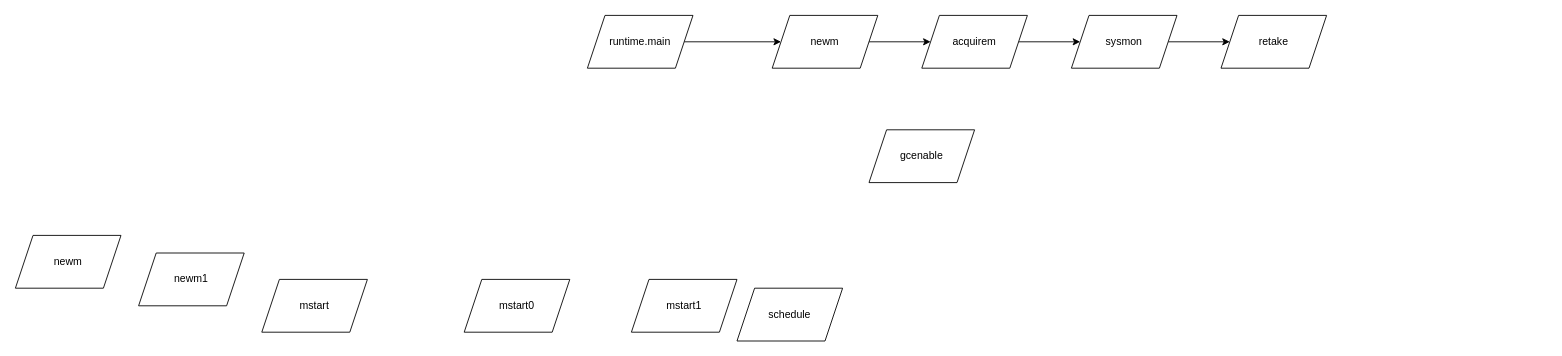
Earlier version of the draw.io diagram doc/调用流程.drawio (GingJan/go-explanation). Source tidied: cells renumbered, new cells numbered last; positions are measured from the earlier drawing's top-left corner, leaving out a move shared by most shapes. Both pictures are drawn from the tidied source at 88%, with x=0, y=0 at pixel (15, 15).
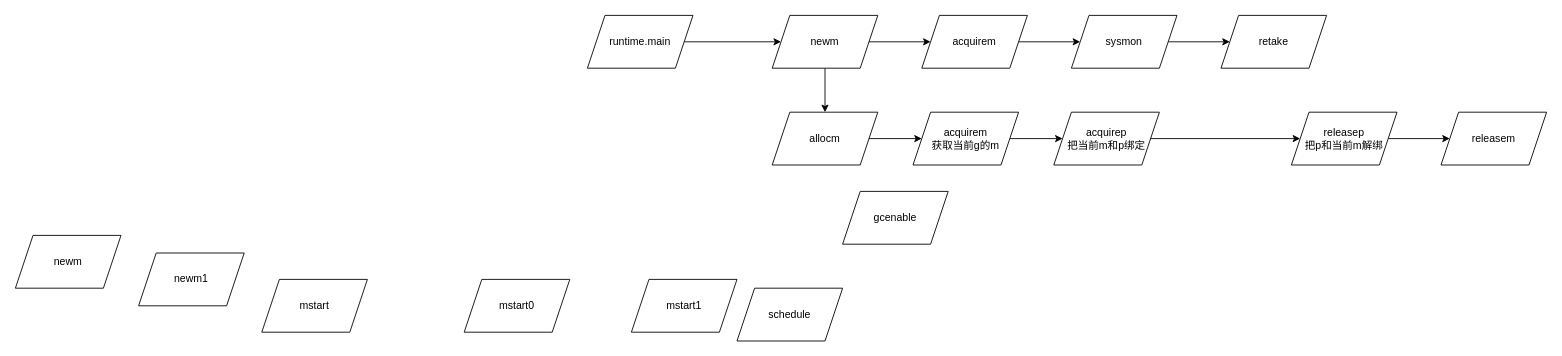
After the change.

Commit message (it also covers changes not shown here):
add chinese explain

The change refers to these unchanged cells:
```xml
<mxCell id="9" value="newm" style="shape=parallelogram;perimeter=parallelogramPerimeter;whiteSpace=wrap;html=1;fixedSize=1;" parent="1" vertex="1">
  <mxGeometry x="860" width="120" height="60" as="geometry" />
</mxCell>
```

Change to the diagram source:
```diff
@@
     <mxCell id="7" value="gcenable" style="shape=parallelogram;perimeter=parallelogramPerimeter;whiteSpace=wrap;html=1;fixedSize=1;" parent="1" vertex="1">
-      <mxGeometry x="970" y="130" width="120" height="60" as="geometry" />
+      <mxGeometry x="940" y="200" width="120" height="60" as="geometry" />
     </mxCell>
@@
+    <mxCell id="18" style="edgeStyle=orthogonalEdgeStyle;rounded=0;jettySize=auto;html=1;exitX=0.5;exitY=1;exitDx=0;exitDy=0;" parent="1" edge="1" source="9" target="20">
+      <mxGeometry relative="1" as="geometry" />
+    </mxCell>
@@
+    <mxCell id="19" style="edgeStyle=orthogonalEdgeStyle;rounded=0;jettySize=auto;html=1;exitX=1;exitY=0.5;exitDx=0;exitDy=0;" parent="1" edge="1" source="20" target="22">
+      <mxGeometry relative="1" as="geometry" />
+    </mxCell>
+    <mxCell id="20" value="allocm" style="shape=parallelogram;perimeter=parallelogramPerimeter;whiteSpace=wrap;html=1;fixedSize=1;" parent="1" vertex="1">
+      <mxGeometry x="860" y="110" width="120" height="60" as="geometry" />
+    </mxCell>
+    <mxCell id="21" style="edgeStyle=orthogonalEdgeStyle;rounded=0;jettySize=auto;html=1;exitX=1;exitY=0.5;exitDx=0;exitDy=0;" parent="1" edge="1" source="22" target="24">
+      <mxGeometry relative="1" as="geometry" />
+    </mxCell>
+    <mxCell id="22" value="acquirem&lt;br&gt;获取当前g的m" style="shape=parallelogram;perimeter=parallelogramPerimeter;whiteSpace=wrap;html=1;fixedSize=1;" parent="1" vertex="1">
+      <mxGeometry x="1020" y="110" width="120" height="60" as="geometry" />
+    </mxCell>
+    <mxCell id="23" style="edgeStyle=orthogonalEdgeStyle;rounded=0;jettySize=auto;html=1;exitX=1;exitY=0.5;exitDx=0;exitDy=0;" parent="1" edge="1" source="24" target="26">
+      <mxGeometry relative="1" as="geometry" />
+    </mxCell>
+    <mxCell id="24" value="acquirep&lt;br&gt;把当前m和p绑定" style="shape=parallelogram;perimeter=parallelogramPerimeter;whiteSpace=wrap;html=1;fixedSize=1;" parent="1" vertex="1">
+      <mxGeometry x="1180" y="110" width="120" height="60" as="geometry" />
+    </mxCell>
+    <mxCell id="25" style="edgeStyle=orthogonalEdgeStyle;rounded=0;jettySize=auto;html=1;exitX=1;exitY=0.5;exitDx=0;exitDy=0;" parent="1" edge="1" source="26" target="27">
+      <mxGeometry relative="1" as="geometry" />
+    </mxCell>
+    <mxCell id="26" value="releasep&lt;br&gt;把p和当前m解绑" style="shape=parallelogram;perimeter=parallelogramPerimeter;whiteSpace=wrap;html=1;fixedSize=1;" parent="1" vertex="1">
+      <mxGeometry x="1450" y="110" width="120" height="60" as="geometry" />
+    </mxCell>
+    <mxCell id="27" value="releasem" style="shape=parallelogram;perimeter=parallelogramPerimeter;whiteSpace=wrap;html=1;fixedSize=1;" parent="1" vertex="1">
+      <mxGeometry x="1620" y="110" width="120" height="60" as="geometry" />
+    </mxCell>
```
